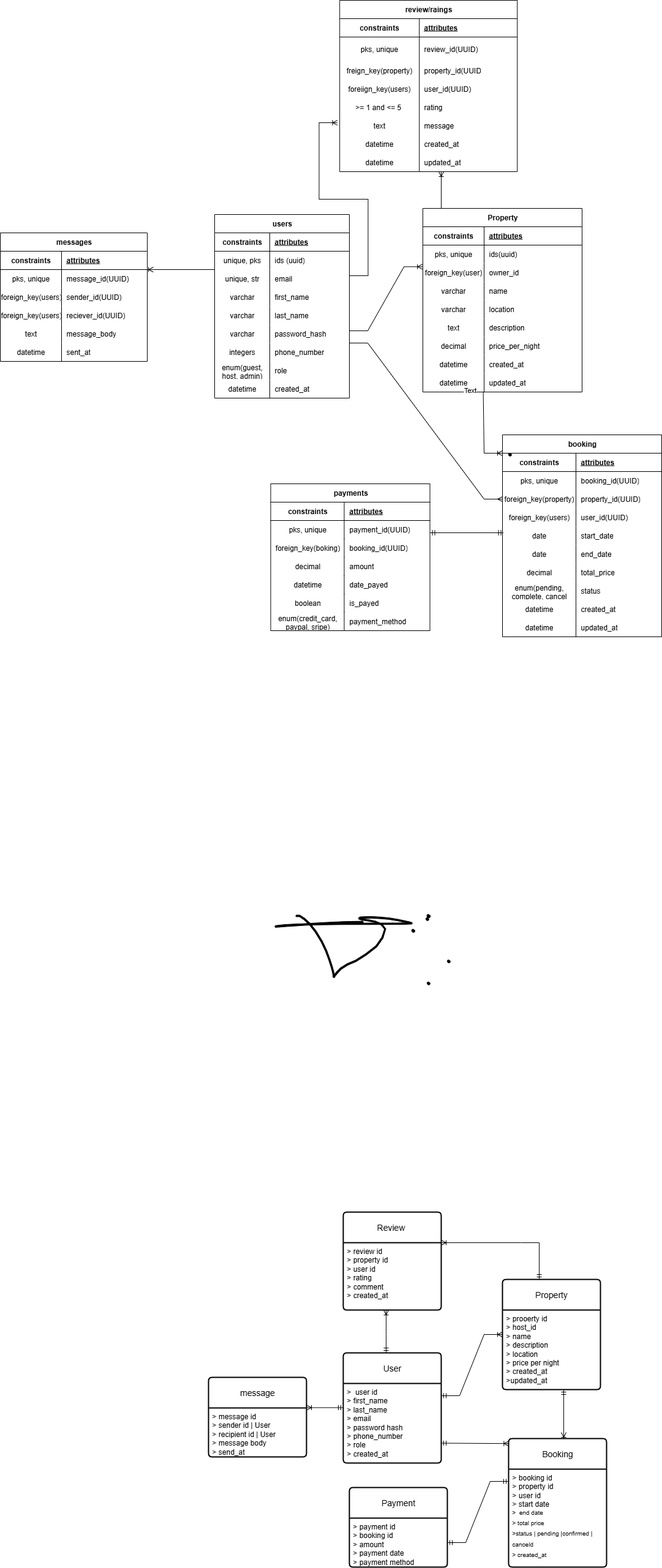
The draw.io diagram ERD/Untitled Diagram.drawio.png in ogennaisrael01/alx-airbnb-database, before a commit. Source tidied: cells renumbered, new cells last; positions are measured from the earlier drawing's top-left corner, leaving out a move shared by most shapes.
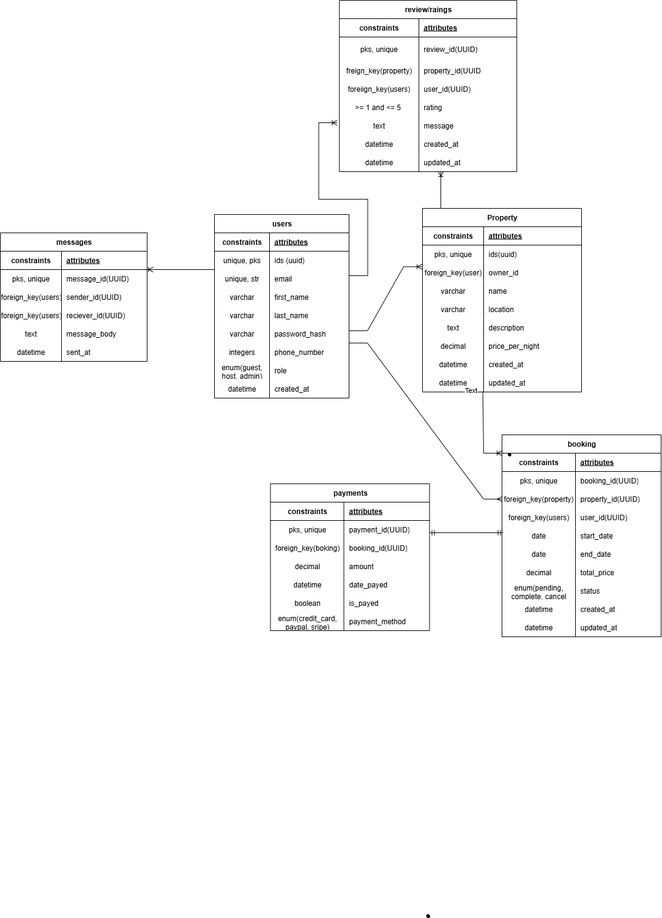
Later version of the same file.

The edit, as a diff of the source:
```diff
@@ -2,111 +2,6 @@
   <root>
     <mxCell id="0" />
     <mxCell id="1" parent="0" />
-    <mxCell id="2" value="User" style="swimlane;horizontal=1;startSize=50;rounded=1;fontSize=14;fontStyle=0;strokeWidth=2;shadow=0;dashed=0;align=center;arcSize=4;whiteSpace=wrap;html=1;" parent="1" vertex="1">
-      <mxGeometry x="560" y="2210" width="160" height="180" as="geometry" />
-    </mxCell>
-    <mxCell id="3" value="&amp;gt;&amp;nbsp; user id&lt;div&gt;&amp;gt; first_name&lt;/div&gt;&lt;div&gt;&amp;gt; last_name&lt;/div&gt;&lt;div&gt;&amp;gt; email&lt;/div&gt;&lt;div&gt;&amp;gt; password hash&lt;/div&gt;&lt;div&gt;&amp;gt; phone_number&lt;/div&gt;&lt;div&gt;&amp;gt; role&lt;/div&gt;&lt;div&gt;&amp;gt; created_at&lt;/div&gt;&lt;div&gt;&lt;br&gt;&lt;/div&gt;" style="align=left;strokeColor=none;fillColor=none;spacingLeft=4;spacingRight=4;fontSize=12;verticalAlign=top;html=1;whiteSpace=wrap;" parent="2" vertex="1">
-      <mxGeometry y="50" width="160" height="130" as="geometry" />
-    </mxCell>
-    <mxCell id="4" value="Property" style="swimlane;horizontal=1;startSize=50;rounded=1;fontSize=14;fontStyle=0;strokeWidth=2;shadow=0;dashed=0;align=center;arcSize=4;whiteSpace=wrap;html=1;" parent="1" vertex="1">
-      <mxGeometry x="820" y="2090" width="160" height="180" as="geometry" />
-    </mxCell>
-    <mxCell id="5" value="&amp;gt; prooerty id&lt;div&gt;&amp;gt; host_id&lt;/div&gt;&lt;div&gt;&amp;gt; name&lt;/div&gt;&lt;div&gt;&amp;gt; description&lt;/div&gt;&lt;div&gt;&amp;gt; location&lt;/div&gt;&lt;div&gt;&amp;gt; price per night&lt;/div&gt;&lt;div&gt;&amp;gt; created_at&lt;/div&gt;&lt;div&gt;&amp;gt;updated_at&lt;/div&gt;" style="align=left;strokeColor=none;fillColor=none;spacingLeft=4;spacingRight=4;fontSize=12;verticalAlign=top;html=1;whiteSpace=wrap;" parent="4" vertex="1">
-      <mxGeometry y="50" width="160" height="130" as="geometry" />
-    </mxCell>
-    <mxCell id="6" value="Booking" style="swimlane;horizontal=1;startSize=50;rounded=1;fontSize=14;fontStyle=0;strokeWidth=2;shadow=0;dashed=0;align=center;arcSize=4;whiteSpace=wrap;html=1;" parent="1" vertex="1">
-      <mxGeometry x="830" y="2350" width="160" height="210" as="geometry" />
-    </mxCell>
-    <mxCell id="7" value="&amp;gt; booking id&lt;div&gt;&amp;gt; property id&lt;/div&gt;&lt;div&gt;&amp;gt; user id&lt;/div&gt;&lt;div&gt;&amp;gt; start date&lt;/div&gt;&lt;div&gt;&lt;sup&gt;&amp;gt;&amp;nbsp; end date&lt;/sup&gt;&lt;/div&gt;&lt;div&gt;&lt;sup&gt;&amp;gt; total price&lt;/sup&gt;&lt;/div&gt;&lt;div&gt;&lt;sup&gt;&amp;gt;status | pending |confirmed | canceld&lt;/sup&gt;&lt;/div&gt;&lt;div&gt;&lt;sup&gt;&amp;gt; created_at&lt;/sup&gt;&lt;/div&gt;" style="align=left;strokeColor=none;fillColor=none;spacingLeft=4;spacingRight=4;fontSize=12;verticalAlign=top;html=1;whiteSpace=wrap;" parent="6" vertex="1">
-      <mxGeometry y="50" width="160" height="160" as="geometry" />
-    </mxCell>
-    <mxCell id="8" value="Payment" style="swimlane;horizontal=1;startSize=50;rounded=1;fontSize=14;fontStyle=0;strokeWidth=2;shadow=0;dashed=0;align=center;arcSize=4;whiteSpace=wrap;html=1;" parent="1" vertex="1">
-      <mxGeometry x="570" y="2430" width="160" height="130" as="geometry" />
-    </mxCell>
-    <mxCell id="9" value="&amp;gt; payment id&lt;div&gt;&amp;gt; booking id&lt;/div&gt;&lt;div&gt;&amp;gt; amount&lt;/div&gt;&lt;div&gt;&amp;gt; payment date&lt;/div&gt;&lt;div&gt;&amp;gt; payment method&lt;/div&gt;" style="align=left;strokeColor=none;fillColor=none;spacingLeft=4;spacingRight=4;fontSize=12;verticalAlign=top;html=1;whiteSpace=wrap;" parent="8" vertex="1">
-      <mxGeometry y="50" width="160" height="80" as="geometry" />
-    </mxCell>
-    <mxCell id="10" value="Review&amp;nbsp;" style="swimlane;horizontal=1;startSize=50;rounded=1;fontSize=14;fontStyle=0;strokeWidth=2;shadow=0;dashed=0;align=center;arcSize=4;whiteSpace=wrap;html=1;" parent="1" vertex="1">
-      <mxGeometry x="560" y="1980" width="160" height="160" as="geometry" />
-    </mxCell>
-    <mxCell id="11" value="&amp;gt; review id&lt;div&gt;&amp;gt; property id&lt;/div&gt;&lt;div&gt;&amp;gt; user id&lt;/div&gt;&lt;div&gt;&amp;gt; rating&lt;/div&gt;&lt;div&gt;&amp;gt; comment&lt;/div&gt;&lt;div&gt;&amp;gt; created_at&lt;/div&gt;" style="align=left;strokeColor=none;fillColor=none;spacingLeft=4;spacingRight=4;fontSize=12;verticalAlign=top;html=1;whiteSpace=wrap;" parent="10" vertex="1">
-      <mxGeometry y="50" width="160" height="110" as="geometry" />
-    </mxCell>
-    <mxCell id="12" value="message" style="swimlane;horizontal=1;startSize=50;rounded=1;fontSize=14;fontStyle=0;strokeWidth=2;shadow=0;dashed=0;align=center;arcSize=4;whiteSpace=wrap;html=1;" parent="1" vertex="1">
-      <mxGeometry x="340" y="2250" width="160" height="130" as="geometry" />
-    </mxCell>
-    <mxCell id="13" value="&amp;gt; message id&lt;div&gt;&amp;gt; sender id | User&lt;/div&gt;&lt;div&gt;&amp;gt; recipient id | User&lt;/div&gt;&lt;div&gt;&amp;gt; message body&amp;nbsp;&lt;/div&gt;&lt;div&gt;&amp;gt; send_at&lt;/div&gt;" style="align=left;strokeColor=none;fillColor=none;spacingLeft=4;spacingRight=4;fontSize=12;verticalAlign=top;html=1;whiteSpace=wrap;" parent="12" vertex="1">
-      <mxGeometry y="50" width="160" height="80" as="geometry" />
-    </mxCell>
-    <mxCell id="14" style="fontSize=12;html=1;endArrow=ERoneToMany;startArrow=ERmandOne;rounded=0;" parent="1" edge="1">
-      <mxGeometry relative="1" as="geometry">
-        <mxPoint x="630" y="2210" as="sourcePoint" />
-        <mxPoint x="630" y="2140" as="targetPoint" />
-        <Array as="points">
-          <mxPoint x="630" y="2180" />
-        </Array>
-      </mxGeometry>
-    </mxCell>
-    <mxCell id="15" style="edgeStyle=entityRelationEdgeStyle;fontSize=12;html=1;endArrow=ERoneToMany;startArrow=ERmandOne;rounded=0;elbow=vertical;" parent="1" edge="1">
-      <mxGeometry relative="1" as="geometry">
-        <mxPoint x="720" y="2280" as="sourcePoint" />
-        <mxPoint x="820" y="2180" as="targetPoint" />
-      </mxGeometry>
-    </mxCell>
-    <mxCell id="16" style="fontSize=12;html=1;endArrow=ERoneToMany;startArrow=ERmandOne;rounded=0;entryX=1;entryY=0;entryDx=0;entryDy=0;" parent="1" edge="1" target="11">
-      <mxGeometry relative="1" as="geometry">
-        <mxPoint x="880" y="2090" as="sourcePoint" />
-        <Array as="points">
-          <mxPoint x="880" y="2030" />
-          <mxPoint x="850" y="2030" />
-        </Array>
-      </mxGeometry>
-    </mxCell>
-    <mxCell id="17" style="fontSize=12;html=1;endArrow=ERoneToMany;startArrow=ERmandOne;rounded=0;" parent="1" edge="1">
-      <mxGeometry relative="1" as="geometry">
-        <mxPoint x="560" y="2299.5" as="sourcePoint" />
-        <mxPoint x="500" y="2299.5" as="targetPoint" />
-      </mxGeometry>
-    </mxCell>
-    <mxCell id="18" style="fontSize=12;html=1;endArrow=ERoneToMany;startArrow=ERmandOne;rounded=0;" parent="1" edge="1">
-      <mxGeometry relative="1" as="geometry">
-        <mxPoint x="920" y="2270" as="sourcePoint" />
-        <mxPoint x="920" y="2340" as="targetPoint" />
-        <Array as="points">
-          <mxPoint x="920" y="2350" />
-        </Array>
-      </mxGeometry>
-    </mxCell>
-    <mxCell id="19" style="edgeStyle=entityRelationEdgeStyle;fontSize=12;html=1;endArrow=ERmandOne;startArrow=ERmandOne;rounded=0;" parent="1" edge="1">
-      <mxGeometry relative="1" as="geometry">
-        <mxPoint x="730" y="2520" as="sourcePoint" />
-        <mxPoint x="830" y="2420" as="targetPoint" />
-        <Array as="points">
-          <mxPoint x="790" y="2510" />
-        </Array>
-      </mxGeometry>
-    </mxCell>
-    <mxCell id="20" style="fontSize=12;html=1;endArrow=ERoneToMany;startArrow=ERmandOne;rounded=0;exitX=1;exitY=0.75;exitDx=0;exitDy=0;entryX=0.002;entryY=0.039;entryDx=0;entryDy=0;entryPerimeter=0;" parent="1" edge="1" source="3" target="6">
-      <mxGeometry relative="1" as="geometry" />
-    </mxCell>
-    <mxCell id="21" style="shape=(stored shape, 1988 characters);lineShape=1;strokeColor=default;" parent="1" vertex="1">
-      <mxGeometry x="448.6" y="1494.6" width="223.8" height="102.2" as="geometry" />
-    </mxCell>
-    <mxCell id="22" style="shape=(stored shape, 640 characters);lineShape=1;strokeColor=default;direction=east;" parent="1" vertex="1">
-      <mxGeometry x="671.9" y="1517.9" width="4.7" height="4.7" as="geometry" />
-    </mxCell>
-    <mxCell id="23" style="shape=(stored shape, 640 characters);lineShape=1;strokeColor=default;" parent="1" vertex="1">
-      <mxGeometry x="671.9" y="1517.9" width="4.7" height="4.7" as="geometry" />
-    </mxCell>
-    <mxCell id="24" style="shape=(stored shape, 640 characters);lineShape=1;strokeColor=default;" parent="1" vertex="1">
-      <mxGeometry x="696.9" y="1603.9" width="4.7" height="4.7" as="geometry" />
-    </mxCell>
-    <mxCell id="25" style="shape=(stored shape, 640 characters);lineShape=1;strokeColor=default;" parent="1" vertex="1">
-      <mxGeometry x="729.9" y="1567.9" width="4.7" height="4.7" as="geometry" />
-    </mxCell>
-    <mxCell id="26" style="shape=(stored shape, 640 characters);lineShape=1;strokeColor=default;" parent="1" vertex="1">
-      <mxGeometry x="694.9" y="1498.9" width="4.7" height="4.7" as="geometry" />
-    </mxCell>
     <mxCell id="27" style="shape=(stored shape, 640 characters);lineShape=1;strokeColor=default;" parent="1" vertex="1">
       <mxGeometry x="696.9" y="1493.9" width="4.7" height="4.7" as="geometry" />
     </mxCell>
@@ -119,15 +14,6 @@
     <mxCell id="30" style="shape=(stored shape, 640 characters);lineShape=1;strokeColor=default;" parent="1" vertex="1">
       <mxGeometry x="696.9" y="1493.9" width="4.7" height="4.7" as="geometry" />
     </mxCell>
-    <mxCell id="31" style="shape=(stored shape, 640 characters);lineShape=1;strokeColor=default;" parent="1" vertex="1">
-      <mxGeometry x="696.9" y="1493.9" width="4.7" height="4.7" as="geometry" />
-    </mxCell>
-    <mxCell id="32" style="shape=(stored shape, 640 characters);lineShape=1;strokeColor=default;" parent="1" vertex="1">
-      <mxGeometry x="696.9" y="1493.9" width="4.7" height="4.7" as="geometry" />
-    </mxCell>
-    <mxCell id="33" style="shape=(stored shape, 640 characters);lineShape=1;strokeColor=default;" parent="1" vertex="1">
-      <mxGeometry x="696.9" y="1493.9" width="4.7" height="4.7" as="geometry" />
-    </mxCell>
     <mxCell id="34" style="shape=(stored shape, 640 characters);lineShape=1;strokeColor=default;" parent="1" vertex="1">
       <mxGeometry x="829.9" y="739.9" width="4.7" height="4.7" as="geometry" />
     </mxCell>
```
